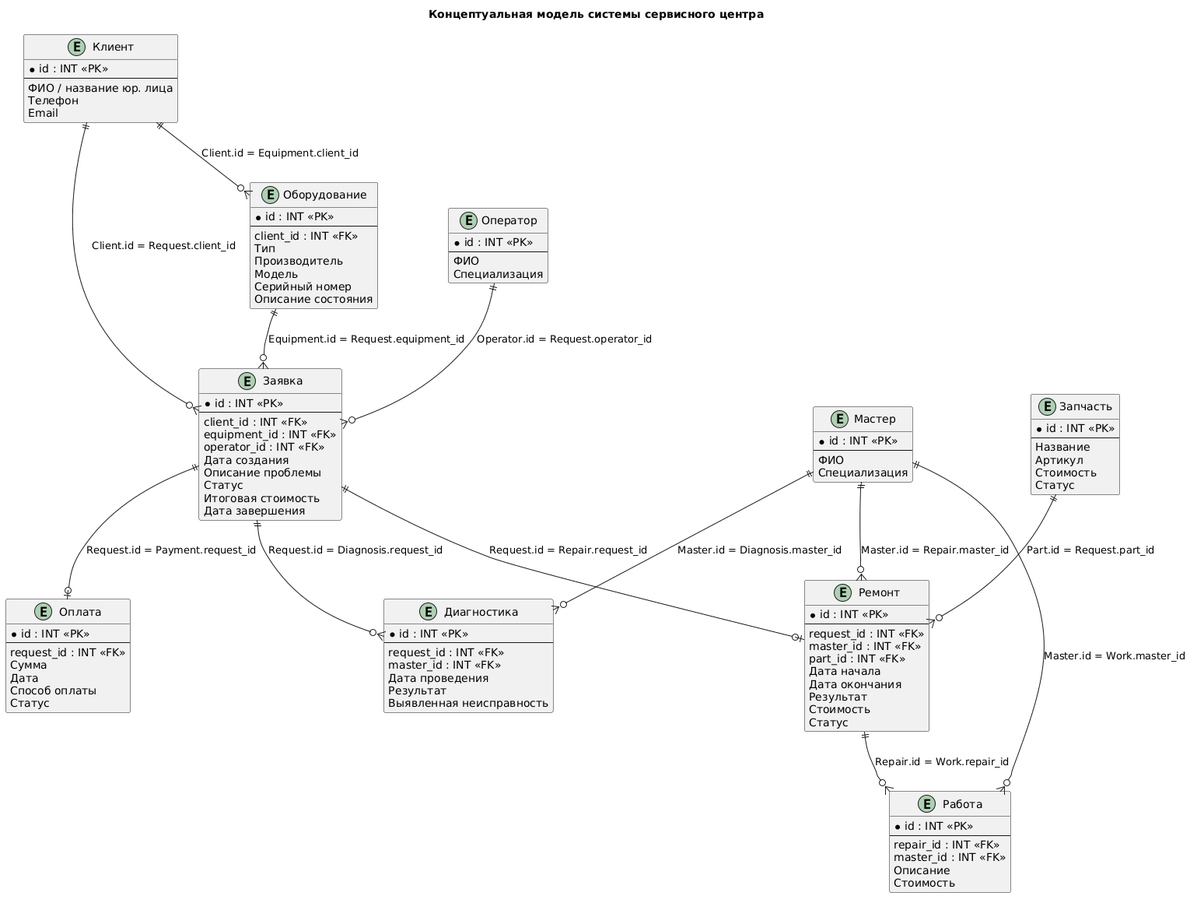
Earlier version of the PlantUML export images/concept.png (semechko-s/Db_study).
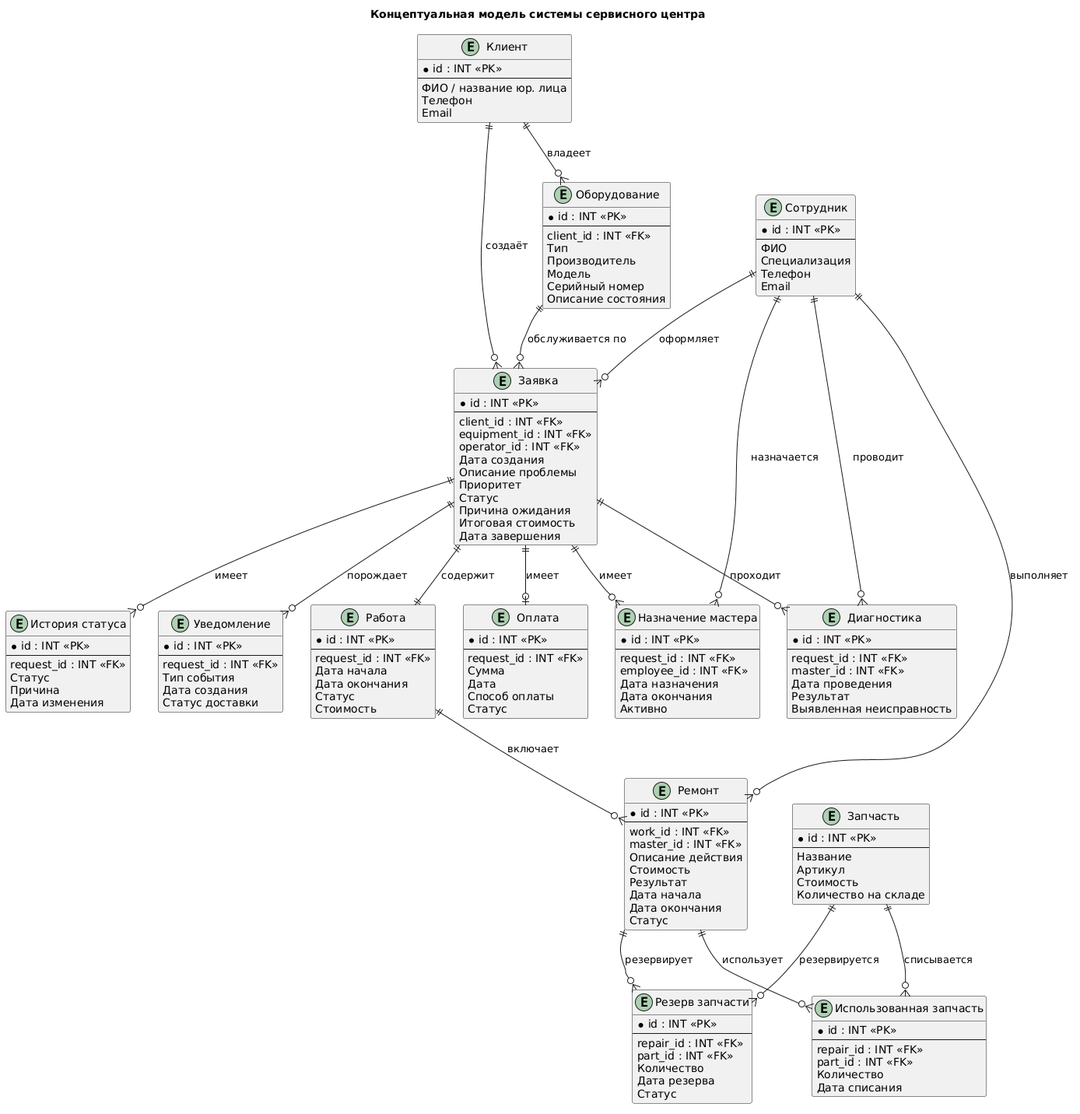
After the change.

Commit message:
Внёс поправки от практика

Change to the diagram source:
```diff
@@ -3,6 +3,7 @@
 
 hide methods
 hide stereotypes
+
 
 entity "Клиент" as Client {
     * id : INT <<PK>>
@@ -31,10 +32,23 @@
     operator_id : INT <<FK>>
     Дата создания
     Описание проблемы
+    Приоритет
     Статус
+    Причина ожидания
     Итоговая стоимость
     Дата завершения
 }
+
+
+entity "Сотрудник" as Employee {
+    * id : INT <<PK>>
+    --
+    ФИО
+    Специализация
+    Телефон
+    Email
+}
+
 
 entity "Диагностика" as Diagnosis {
     * id : INT <<PK>>
@@ -46,34 +60,41 @@
     Выявленная неисправность
 }
 
-entity "Ремонт" as Repair {
-    * id : INT <<PK>>
-    --
-    request_id : INT <<FK>>
-    master_id : INT <<FK>>
-    part_id : INT <<FK>>
-    Дата начала
-    Дата окончания
-    Результат
-    Стоимость
-    Статус
-}
 
 entity "Работа" as Work {
     * id : INT <<PK>>
     --
-    repair_id : INT <<FK>>
-    master_id : INT <<FK>>
-    Описание
+    request_id : INT <<FK>>
+    Дата начала
+    Дата окончания
+    Статус
     Стоимость
 }
 
-entity "Мастер" as Master {
+entity "Ремонт" as Repair {
     * id : INT <<PK>>
     --
-    ФИО
-    Специализация
+    work_id : INT <<FK>>
+    master_id : INT <<FK>>
+    Описание действия
+    Стоимость
+    Результат
+    Дата начала
+    Дата окончания
+    Статус
 }
+
+
+entity "Назначение мастера" as Assignment {
+    * id : INT <<PK>>
+    --
+    request_id : INT <<FK>>
+    employee_id : INT <<FK>>
+    Дата назначения
+    Дата окончания
+    Активно
+}
+
 
 entity "Запчасть" as Part {
     * id : INT <<PK>>
@@ -81,8 +102,28 @@
     Название
     Артикул
     Стоимость
+    Количество на складе
+}
+
+entity "Резерв запчасти" as Reservation {
+    * id : INT <<PK>>
+    --
+    repair_id : INT <<FK>>
+    part_id : INT <<FK>>
+    Количество
+    Дата резерва
     Статус
 }
+
+entity "Использованная запчасть" as UsedPart {
+    * id : INT <<PK>>
+    --
+    repair_id : INT <<FK>>
+    part_id : INT <<FK>>
+    Количество
+    Дата списания
+}
+
 
 entity "Оплата" as Payment {
     * id : INT <<PK>>
@@ -94,36 +135,73 @@
     Статус
 }
 
-entity "Оператор" as Operator {
+
+entity "История статуса" as StatusHistory {
     * id : INT <<PK>>
     --
-    ФИО
-    Специализация
+    request_id : INT <<FK>>
+    Статус
+    Причина
+    Дата изменения
+}
+
+
+entity "Уведомление" as Notification {
+    * id : INT <<PK>>
+    --
+    request_id : INT <<FK>>
+    Тип события
+    Дата создания
+    Статус доставки
 }
 
 
 
-Client ||--o{ Equipment : "Client.id = Equipment.client_id"
+Client ||--o{ Equipment : "владеет"
 
-Client ||--o{ Request : "Client.id = Request.client_id"
 
-Equipment ||--o{ Request : "Equipment.id = Request.equipment_id"
+Client ||--o{ Request : "создаёт"
 
-Operator ||--o{ Request : "Operator.id = Request.operator_id"
 
-Request ||--o{ Diagnosis : "Request.id = Diagnosis.request_id"
+Equipment ||--o{ Request : "обслуживается по"
 
-Master ||--o{ Diagnosis : "Master.id = Diagnosis.master_id"
 
-Request ||--o| Repair : "Request.id = Repair.request_id"
+Employee ||--o{ Request : "оформляет"
 
-Master ||--o{ Repair : "Master.id = Repair.master_id"
 
-Repair ||--o{ Work : "Repair.id = Work.repair_id"
+Request ||--o{ Diagnosis : "проходит"
 
-Master ||--o{ Work : "Master.id = Work.master_id"
+Employee ||--o{ Diagnosis : "проводит"
 
-Request ||--o| Payment : "Request.id = Payment.request_id"
 
-Part ||--o{  Repair : "Part.id = Request.part_id"
+Request ||--|| Work : "содержит"
+
+
+Work ||--o{ Repair : "включает"
+
+
+Employee ||--o{ Repair : "выполняет"
+
+
+Request ||--o{ Assignment : "имеет"
+
+Employee ||--o{ Assignment : "назначается"
+
+
+Repair ||--o{ Reservation : "резервирует"
+
+Part ||--o{ Reservation : "резервируется"
+
+Repair ||--o{ UsedPart : "использует"
+
+Part ||--o{ UsedPart : "списывается"
+
+
+Request ||--o| Payment : "имеет"
+
+
+Request ||--o{ StatusHistory : "имеет"
+
+
+Request ||--o{ Notification : "порождает"
 @enduml
```
